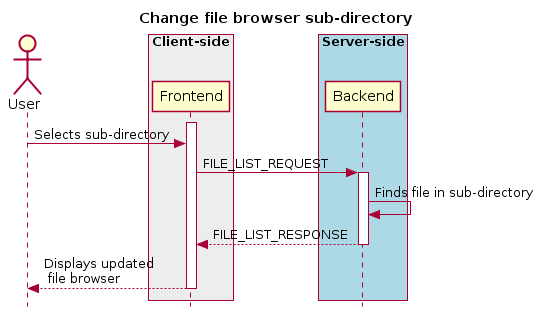
This is docs/images/image4.png from CARTAvis/carta-protobuf, a PlantUML export, as it was before one commit.
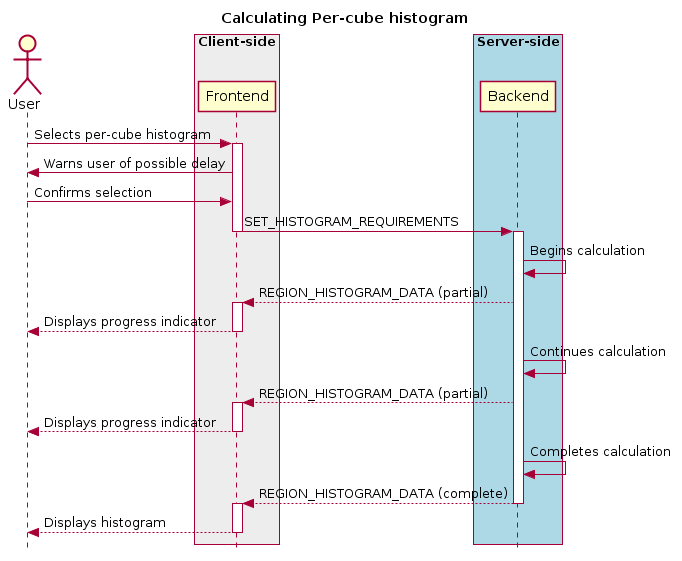
The same file after the commit.

What changed in the source:
```diff
@@ -1,23 +1,39 @@
 @startuml
 skinparam style strictuml
 hide footbox
-title Change file browser sub-directory
-
+title Calculating Per-cube histogram
 actor User
 box "Client-side" #EDEDED
-participant Frontend
+        participant Frontend
 end box
 
 box "Server-side" #lightblue
-participant Backend
+	participant Backend
 end box
+User -> Frontend: Selects per-cube histogram
 activate Frontend
-User -> Frontend : Selects sub-directory
-Frontend -> Backend : FILE_LIST_REQUEST
+Frontend -> User: Warns user of possible delay
+User -> Frontend: Confirms selection
+Frontend -> Backend : SET_HISTOGRAM_REQUIREMENTS
+deactivate Frontend
+
 activate Backend
-Backend -> Backend : Finds file in sub-directory
-Frontend <-- Backend : FILE_LIST_RESPONSE
+Backend -> Backend: Begins calculation
+Frontend <-- Backend: REGION_HISTOGRAM_DATA (partial)
+activate Frontend
+User <-- Frontend: Displays progress indicator
+deactivate Frontend
+
+Backend -> Backend: Continues calculation
+Frontend <-- Backend: REGION_HISTOGRAM_DATA (partial)
+activate Frontend
+User <-- Frontend: Displays progress indicator
+deactivate Frontend
+
+Backend -> Backend: Completes calculation
+Frontend <-- Backend: REGION_HISTOGRAM_DATA (complete)
 deactivate Backend
-User <-- Frontend : Displays updated\n file browser
+activate Frontend
+User <-- Frontend: Displays histogram
 deactivate Frontend
 @enduml
```
